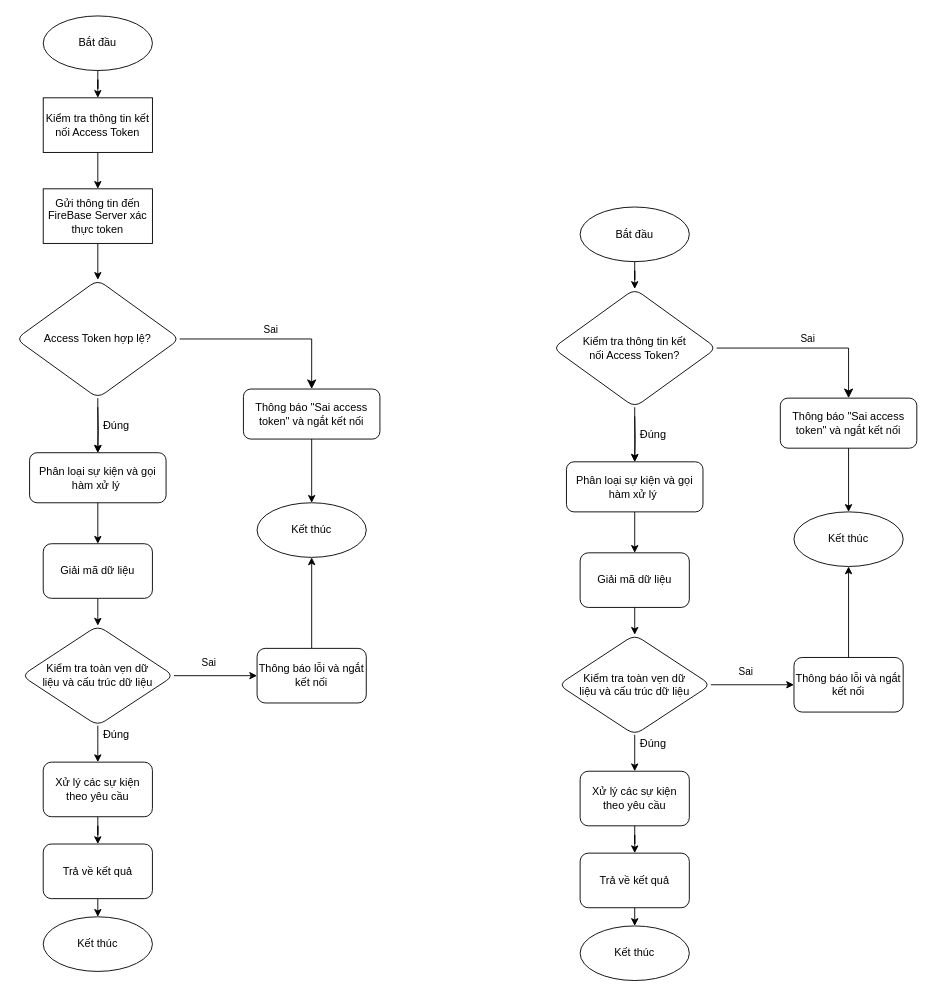
Before: xacthucnguoidung.drawio in nguyendu11a2/TADA_DIAGRAM, a draw.io diagram. Source tidied: cells renumbered, new cells numbered last; positions are measured from the earlier drawing's top-left corner, leaving out a move shared by most shapes. Both pictures are drawn from the tidied source at 91%, with x=0, y=0 at pixel (15, 15).
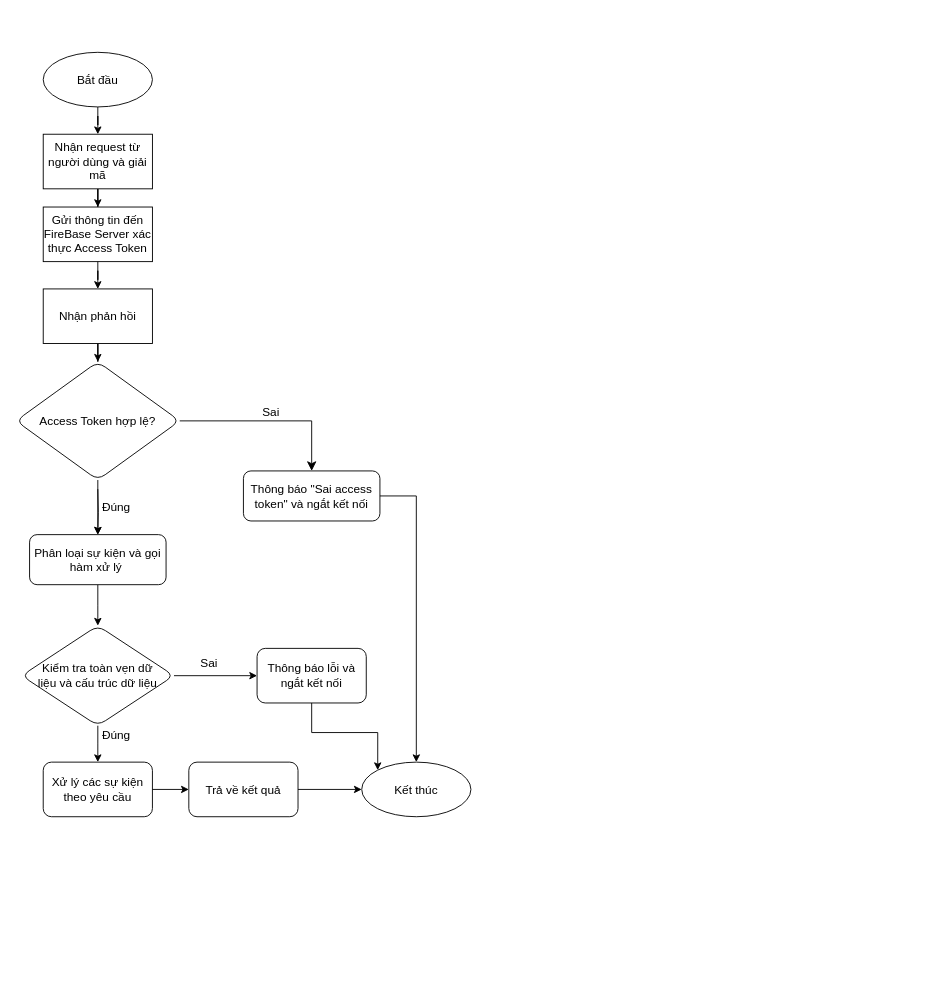
The same diagram, later.

Change to the diagram source:
```diff
@@
-    <mxCell id="2" value="Sai" style="edgeStyle=orthogonalEdgeStyle;rounded=0;html=1;jettySize=auto;fontSize=11;endArrow=classic;endFill=1;endSize=8;strokeWidth=1;shadow=0;labelBackgroundColor=none;" parent="1" edge="1" source="13" target="5">
-      <mxGeometry y="10" relative="1" as="geometry">
-        <Array as="points">
-          <mxPoint x="325" y="355" />
-        </Array>
-      </mxGeometry>
-    </mxCell>
+    <mxCell id="59" style="group;" parent="1" vertex="1">
+      <mxGeometry y="30" width="500" height="940" as="geometry" />
+    </mxCell>
-    <mxCell id="3" style="edgeStyle=orthogonalEdgeStyle;rounded=0;jettySize=auto;html=1;endArrow=classic;endFill=1;entryX=0.5;entryY=0;entryDx=0;entryDy=0;" parent="1" edge="1" target="10">
+    <mxCell id="3" style="edgeStyle=orthogonalEdgeStyle;rounded=0;jettySize=auto;html=1;endArrow=classic;endFill=1;entryX=0.5;entryY=0;entryDx=0;entryDy=0;fontSize=13;" parent="59" edge="1" target="10">
       <mxGeometry relative="1" as="geometry">
-        <mxPoint x="90" y="430" as="sourcePoint" />
+        <mxPoint x="90" y="490" as="sourcePoint" />
       </mxGeometry>
     </mxCell>
-    <mxCell id="4" style="edgeStyle=orthogonalEdgeStyle;rounded=0;jettySize=auto;html=1;endArrow=classic;endFill=1;" parent="1" edge="1" source="5" target="8">
-      <mxGeometry relative="1" as="geometry" />
-    </mxCell>
-    <mxCell id="5" value="Thông báo &quot;Sai access token&quot; và ngắt kết nối" style="rounded=1;whiteSpace=wrap;html=1;fontSize=12;glass=0;strokeWidth=1;shadow=0;" parent="1" vertex="1">
-      <mxGeometry x="250" y="410" width="150" height="55" as="geometry" />
+    <mxCell id="5" value="Thông báo &quot;Sai access token&quot; và ngắt kết nối" style="rounded=1;whiteSpace=wrap;html=1;fontSize=13;glass=0;strokeWidth=1;shadow=0;" parent="59" vertex="1">
+      <mxGeometry x="250" y="470" width="150" height="55" as="geometry" />
     </mxCell>
-    <mxCell id="6" style="edgeStyle=orthogonalEdgeStyle;rounded=0;jettySize=auto;html=1;endArrow=classic;endFill=1;entryX=0.5;entryY=0;entryDx=0;entryDy=0;" parent="1" edge="1" source="7" target="56">
-      <mxGeometry relative="1" as="geometry" />
-    </mxCell>
+    <mxCell id="60" style="edgeStyle=orthogonalEdgeStyle;rounded=0;jettySize=auto;html=1;fontSize=13;endArrow=classic;endFill=1;" parent="59" edge="1" source="7" target="68">
+      <mxGeometry relative="1" as="geometry" />
+    </mxCell>
-    <mxCell id="7" value="Bắt đầu" style="ellipse;whiteSpace=wrap;html=1;rounded=1;shadow=0;strokeWidth=1;glass=0;" parent="1" vertex="1">
-      <mxGeometry x="30" width="120" height="60" as="geometry" />
+    <mxCell id="7" value="Bắt đầu" style="ellipse;whiteSpace=wrap;html=1;rounded=1;shadow=0;strokeWidth=1;glass=0;fontSize=13;" parent="59" vertex="1">
+      <mxGeometry x="30" y="10" width="120" height="60" as="geometry" />
     </mxCell>
-    <mxCell id="8" value="Kết thúc" style="ellipse;whiteSpace=wrap;html=1;rounded=1;shadow=0;strokeWidth=1;glass=0;" parent="1" vertex="1">
-      <mxGeometry x="265" y="535" width="120" height="60" as="geometry" />
-    </mxCell>
-    <mxCell id="9" style="edgeStyle=orthogonalEdgeStyle;rounded=0;jettySize=auto;html=1;endArrow=classic;endFill=1;" parent="1" edge="1" source="10" target="15">
-      <mxGeometry relative="1" as="geometry" />
-    </mxCell>
+    <mxCell id="61" style="edgeStyle=orthogonalEdgeStyle;rounded=0;jettySize=auto;html=1;fontSize=13;endArrow=classic;endFill=1;" parent="59" edge="1" source="10" target="19">
+      <mxGeometry relative="1" as="geometry" />
+    </mxCell>
-    <mxCell id="10" value="Phân loại sự kiện và gọi hàm xử lý&amp;nbsp;" style="rounded=1;whiteSpace=wrap;html=1;fontSize=12;glass=0;strokeWidth=1;shadow=0;" parent="1" vertex="1">
-      <mxGeometry x="15" y="480" width="150" height="55" as="geometry" />
+    <mxCell id="10" value="Phân loại sự kiện và gọi hàm xử lý&amp;nbsp;" style="rounded=1;whiteSpace=wrap;html=1;fontSize=13;glass=0;strokeWidth=1;shadow=0;" parent="59" vertex="1">
+      <mxGeometry x="15" y="540" width="150" height="55" as="geometry" />
     </mxCell>
-    <mxCell id="11" value="Đúng" style="text;html=1;align=center;verticalAlign=middle;strokeColor=none;fillColor=none;" parent="1" vertex="1">
-      <mxGeometry x="90" y="440" width="40" height="20" as="geometry" />
+    <mxCell id="11" value="Đúng" style="text;html=1;align=center;verticalAlign=middle;strokeColor=none;fillColor=none;fontSize=13;" parent="59" vertex="1">
+      <mxGeometry x="85" y="500" width="50" height="20" as="geometry" />
     </mxCell>
-    <mxCell id="12" style="edgeStyle=orthogonalEdgeStyle;rounded=0;jettySize=auto;html=1;endArrow=classic;endFill=1;" parent="1" edge="1" source="13" target="10">
+    <mxCell id="12" style="edgeStyle=orthogonalEdgeStyle;rounded=0;jettySize=auto;html=1;endArrow=classic;endFill=1;fontSize=13;" parent="59" edge="1" source="13" target="10">
       <mxGeometry relative="1" as="geometry" />
     </mxCell>
-    <mxCell id="13" value="&lt;span&gt;Access Token hợp lệ?&lt;/span&gt;" style="rhombus;whiteSpace=wrap;html=1;rounded=1;shadow=0;strokeWidth=1;glass=0;" parent="1" vertex="1">
-      <mxGeometry y="290" width="180" height="130" as="geometry" />
+    <mxCell id="13" value="&lt;span style=&quot;font-size: 13px;&quot;&gt;Access Token hợp lệ?&lt;/span&gt;" style="rhombus;whiteSpace=wrap;html=1;rounded=1;shadow=0;strokeWidth=1;glass=0;fontSize=13;" parent="59" vertex="1">
+      <mxGeometry y="350" width="180" height="130" as="geometry" />
     </mxCell>
-    <mxCell id="14" style="edgeStyle=orthogonalEdgeStyle;rounded=0;jettySize=auto;html=1;endArrow=classic;endFill=1;" parent="1" edge="1" source="15" target="19">
-      <mxGeometry relative="1" as="geometry" />
-    </mxCell>
-    <mxCell id="15" value="Giải mã dữ liệu" style="rounded=1;whiteSpace=wrap;html=1;shadow=0;strokeWidth=1;glass=0;" parent="1" vertex="1">
-      <mxGeometry x="30" y="580" width="120" height="60" as="geometry" />
-    </mxCell>
+    <mxCell id="2" value="Sai" style="edgeStyle=orthogonalEdgeStyle;rounded=0;html=1;jettySize=auto;fontSize=13;endArrow=classic;endFill=1;endSize=8;strokeWidth=1;shadow=0;labelBackgroundColor=none;" parent="59" edge="1" source="13" target="5">
+      <mxGeometry y="10" relative="1" as="geometry">
+        <Array as="points">
+          <mxPoint x="325" y="415" />
+        </Array>
+      </mxGeometry>
+    </mxCell>
+    <mxCell id="19" value="Kiểm tra toàn vẹn dữ &lt;br style=&quot;font-size: 13px;&quot;&gt;liệu và cấu trúc dữ liệu" style="rhombus;whiteSpace=wrap;html=1;rounded=1;shadow=0;strokeWidth=1;glass=0;fontSize=13;" parent="59" vertex="1">
+      <mxGeometry x="6.2" y="640" width="167.5" height="110" as="geometry" />
+    </mxCell>
+    <mxCell id="21" value="Xử lý các sự kiện theo yêu cầu" style="whiteSpace=wrap;html=1;rounded=1;shadow=0;strokeWidth=1;glass=0;fontSize=13;" parent="59" vertex="1">
+      <mxGeometry x="30" y="790" width="120" height="60" as="geometry" />
+    </mxCell>
-    <mxCell id="16" style="edgeStyle=orthogonalEdgeStyle;rounded=0;jettySize=auto;html=1;endArrow=classic;endFill=1;" parent="1" edge="1" source="19" target="21">
+    <mxCell id="16" style="edgeStyle=orthogonalEdgeStyle;rounded=0;jettySize=auto;html=1;endArrow=classic;endFill=1;fontSize=13;" parent="59" edge="1" source="19" target="21">
       <mxGeometry relative="1" as="geometry" />
     </mxCell>
+    <mxCell id="23" value="Thông báo lỗi và ngắt kết nối" style="whiteSpace=wrap;html=1;rounded=1;shadow=0;strokeWidth=1;glass=0;fontSize=13;" parent="59" vertex="1">
+      <mxGeometry x="265" y="665" width="120" height="60" as="geometry" />
+    </mxCell>
-    <mxCell id="17" style="edgeStyle=orthogonalEdgeStyle;rounded=0;jettySize=auto;html=1;endArrow=classic;endFill=1;" parent="1" edge="1" source="19" target="23">
+    <mxCell id="17" style="edgeStyle=orthogonalEdgeStyle;rounded=0;jettySize=auto;html=1;endArrow=classic;endFill=1;fontSize=13;" parent="59" edge="1" source="19" target="23">
       <mxGeometry relative="1" as="geometry" />
     </mxCell>
-    <mxCell id="18" value="Sai" style="edgeLabel;html=1;align=center;verticalAlign=middle;" parent="17" vertex="1">
+    <mxCell id="18" value="Sai" style="edgeLabel;html=1;align=center;verticalAlign=middle;fontSize=13;" parent="17" vertex="1">
       <mxGeometry x="-0.16" y="-1" relative="1" as="geometry">
         <mxPoint y="-16" as="offset" />
       </mxGeometry>
     </mxCell>
-    <mxCell id="19" value="Kiểm tra toàn vẹn dữ &lt;br&gt;liệu và cấu trúc dữ liệu" style="rhombus;whiteSpace=wrap;html=1;rounded=1;shadow=0;strokeWidth=1;glass=0;" parent="1" vertex="1">
-      <mxGeometry x="6.2" y="670" width="167.5" height="110" as="geometry" />
-    </mxCell>
-    <mxCell id="20" style="edgeStyle=orthogonalEdgeStyle;rounded=0;jettySize=auto;html=1;endArrow=classic;endFill=1;" parent="1" edge="1" source="21" target="27">
-      <mxGeometry relative="1" as="geometry" />
-    </mxCell>
-    <mxCell id="21" value="Xử lý các sự kiện theo yêu cầu" style="whiteSpace=wrap;html=1;rounded=1;shadow=0;strokeWidth=1;glass=0;" parent="1" vertex="1">
-      <mxGeometry x="30" y="820" width="120" height="60" as="geometry" />
-    </mxCell>
-    <mxCell id="22" style="edgeStyle=orthogonalEdgeStyle;rounded=0;jettySize=auto;html=1;exitX=0.5;exitY=0;exitDx=0;exitDy=0;entryX=0.5;entryY=1;entryDx=0;entryDy=0;endArrow=classic;endFill=1;" parent="1" edge="1" source="23" target="8">
-      <mxGeometry relative="1" as="geometry" />
-    </mxCell>
-    <mxCell id="23" value="Thông báo lỗi và ngắt kết nối" style="whiteSpace=wrap;html=1;rounded=1;shadow=0;strokeWidth=1;glass=0;" parent="1" vertex="1">
-      <mxGeometry x="265" y="695" width="120" height="60" as="geometry" />
-    </mxCell>
-    <mxCell id="24" value="Đúng" style="text;html=1;align=center;verticalAlign=middle;strokeColor=none;fillColor=none;" parent="1" vertex="1">
-      <mxGeometry x="90" y="780" width="40" height="20" as="geometry" />
+    <mxCell id="24" value="Đúng" style="text;html=1;align=center;verticalAlign=middle;strokeColor=none;fillColor=none;fontSize=13;" parent="59" vertex="1">
+      <mxGeometry x="85" y="750" width="50" height="20" as="geometry" />
     </mxCell>
-    <mxCell id="25" value="Kết thúc" style="ellipse;whiteSpace=wrap;html=1;rounded=1;shadow=0;strokeWidth=1;glass=0;" parent="1" vertex="1">
-      <mxGeometry x="30" y="990" width="120" height="60" as="geometry" />
+    <mxCell id="25" value="Kết thúc" style="ellipse;whiteSpace=wrap;html=1;rounded=1;shadow=0;strokeWidth=1;glass=0;fontSize=13;" parent="59" vertex="1">
+      <mxGeometry x="380" y="790" width="120" height="60" as="geometry" />
     </mxCell>
+    <mxCell id="62" style="edgeStyle=orthogonalEdgeStyle;rounded=0;jettySize=auto;html=1;entryX=0.5;entryY=0;entryDx=0;entryDy=0;fontSize=13;endArrow=classic;endFill=1;" parent="59" edge="1" source="5" target="25">
+      <mxGeometry relative="1" as="geometry">
+        <Array as="points">
+          <mxPoint x="440" y="498" />
+        </Array>
+      </mxGeometry>
+    </mxCell>
+    <mxCell id="63" style="edgeStyle=orthogonalEdgeStyle;rounded=0;jettySize=auto;html=1;exitX=0.5;exitY=1;exitDx=0;exitDy=0;entryX=0;entryY=0;entryDx=0;entryDy=0;fontSize=13;endArrow=classic;endFill=1;" parent="59" edge="1" source="23" target="25">
+      <mxGeometry relative="1" as="geometry" />
+    </mxCell>
-    <mxCell id="26" style="edgeStyle=orthogonalEdgeStyle;rounded=0;jettySize=auto;html=1;exitX=0.5;exitY=1;exitDx=0;exitDy=0;entryX=0.5;entryY=0;entryDx=0;entryDy=0;endArrow=classic;endFill=1;" parent="1" edge="1" source="27" target="25">
+    <mxCell id="26" style="edgeStyle=orthogonalEdgeStyle;rounded=0;jettySize=auto;html=1;fontSize=13;endArrow=classic;endFill=1;" parent="59" edge="1" source="27" target="25">
       <mxGeometry relative="1" as="geometry" />
     </mxCell>
-    <mxCell id="27" value="Trả về kết quả" style="whiteSpace=wrap;html=1;rounded=1;shadow=0;strokeWidth=1;glass=0;" parent="1" vertex="1">
-      <mxGeometry x="30" y="910" width="120" height="60" as="geometry" />
+    <mxCell id="27" value="Trả về kết quả" style="whiteSpace=wrap;html=1;rounded=1;shadow=0;strokeWidth=1;glass=0;fontSize=13;" parent="59" vertex="1">
+      <mxGeometry x="190" y="790" width="120" height="60" as="geometry" />
     </mxCell>
-    <mxCell id="28" style="group;" parent="1" vertex="1">
-      <mxGeometry x="590" y="210" width="400" height="850" as="geometry" />
-    </mxCell>
-    <mxCell id="29" style="edgeStyle=orthogonalEdgeStyle;rounded=0;jettySize=auto;html=1;endArrow=classic;endFill=1;entryX=0.5;entryY=0;entryDx=0;entryDy=0;" parent="28" edge="1" target="34">
-      <mxGeometry relative="1" as="geometry">
-        <mxPoint x="90" y="230" as="sourcePoint" />
-      </mxGeometry>
-    </mxCell>
-    <mxCell id="30" value="Thông báo &quot;Sai access token&quot; và ngắt kết nối" style="rounded=1;whiteSpace=wrap;html=1;fontSize=12;glass=0;strokeWidth=1;shadow=0;" parent="28" vertex="1">
-      <mxGeometry x="250" y="210" width="150" height="55" as="geometry" />
-    </mxCell>
-    <mxCell id="31" value="Bắt đầu" style="ellipse;whiteSpace=wrap;html=1;rounded=1;shadow=0;strokeWidth=1;glass=0;" parent="28" vertex="1">
-      <mxGeometry x="30" width="120" height="60" as="geometry" />
-    </mxCell>
-    <mxCell id="32" value="Kết thúc" style="ellipse;whiteSpace=wrap;html=1;rounded=1;shadow=0;strokeWidth=1;glass=0;" parent="28" vertex="1">
-      <mxGeometry x="265" y="335" width="120" height="60" as="geometry" />
-    </mxCell>
-    <mxCell id="33" style="edgeStyle=orthogonalEdgeStyle;rounded=0;jettySize=auto;html=1;endArrow=classic;endFill=1;" parent="28" edge="1" source="30" target="32">
-      <mxGeometry relative="1" as="geometry" />
-    </mxCell>
-    <mxCell id="34" value="Phân loại sự kiện và gọi hàm xử lý&amp;nbsp;" style="rounded=1;whiteSpace=wrap;html=1;fontSize=12;glass=0;strokeWidth=1;shadow=0;" parent="28" vertex="1">
-      <mxGeometry x="15" y="280" width="150" height="55" as="geometry" />
-    </mxCell>
-    <mxCell id="35" value="Đúng" style="text;html=1;align=center;verticalAlign=middle;strokeColor=none;fillColor=none;" parent="28" vertex="1">
-      <mxGeometry x="90" y="240" width="40" height="20" as="geometry" />
-    </mxCell>
-    <mxCell id="36" style="edgeStyle=orthogonalEdgeStyle;rounded=0;jettySize=auto;html=1;endArrow=classic;endFill=1;" parent="28" edge="1" source="37" target="34">
-      <mxGeometry relative="1" as="geometry" />
-    </mxCell>
-    <mxCell id="37" value="&lt;span&gt;Kiểm tra thông tin kết &lt;br&gt;nối Access Token?&lt;/span&gt;" style="rhombus;whiteSpace=wrap;html=1;rounded=1;shadow=0;strokeWidth=1;glass=0;" parent="28" vertex="1">
-      <mxGeometry y="90" width="180" height="130" as="geometry" />
-    </mxCell>
-    <mxCell id="38" value="Sai" style="edgeStyle=orthogonalEdgeStyle;rounded=0;html=1;jettySize=auto;fontSize=11;endArrow=classic;endFill=1;endSize=8;strokeWidth=1;shadow=0;labelBackgroundColor=none;" parent="28" edge="1" source="37" target="30">
-      <mxGeometry y="10" relative="1" as="geometry">
-        <Array as="points">
-          <mxPoint x="325" y="155" />
-        </Array>
-      </mxGeometry>
-    </mxCell>
-    <mxCell id="39" style="edgeStyle=orthogonalEdgeStyle;rounded=0;jettySize=auto;html=1;endArrow=classic;endFill=1;" parent="28" edge="1" source="31" target="37">
-      <mxGeometry relative="1" as="geometry" />
-    </mxCell>
-    <mxCell id="40" value="Giải mã dữ liệu" style="rounded=1;whiteSpace=wrap;html=1;shadow=0;strokeWidth=1;glass=0;" parent="28" vertex="1">
-      <mxGeometry x="30" y="380" width="120" height="60" as="geometry" />
-    </mxCell>
-    <mxCell id="41" style="edgeStyle=orthogonalEdgeStyle;rounded=0;jettySize=auto;html=1;endArrow=classic;endFill=1;" parent="28" edge="1" source="34" target="40">
-      <mxGeometry relative="1" as="geometry" />
-    </mxCell>
-    <mxCell id="42" value="Kiểm tra toàn vẹn dữ &lt;br&gt;liệu và cấu trúc dữ liệu" style="rhombus;whiteSpace=wrap;html=1;rounded=1;shadow=0;strokeWidth=1;glass=0;" parent="28" vertex="1">
-      <mxGeometry x="6.2" y="470" width="167.5" height="110" as="geometry" />
-    </mxCell>
-    <mxCell id="43" style="edgeStyle=orthogonalEdgeStyle;rounded=0;jettySize=auto;html=1;endArrow=classic;endFill=1;" parent="28" edge="1" source="40" target="42">
-      <mxGeometry relative="1" as="geometry" />
-    </mxCell>
-    <mxCell id="44" value="Xử lý các sự kiện theo yêu cầu" style="whiteSpace=wrap;html=1;rounded=1;shadow=0;strokeWidth=1;glass=0;" parent="28" vertex="1">
-      <mxGeometry x="30" y="620" width="120" height="60" as="geometry" />
-    </mxCell>
-    <mxCell id="45" style="edgeStyle=orthogonalEdgeStyle;rounded=0;jettySize=auto;html=1;endArrow=classic;endFill=1;" parent="28" edge="1" source="42" target="44">
-      <mxGeometry relative="1" as="geometry" />
-    </mxCell>
-    <mxCell id="46" style="edgeStyle=orthogonalEdgeStyle;rounded=0;jettySize=auto;html=1;exitX=0.5;exitY=0;exitDx=0;exitDy=0;entryX=0.5;entryY=1;entryDx=0;entryDy=0;endArrow=classic;endFill=1;" parent="28" edge="1" source="47" target="32">
-      <mxGeometry relative="1" as="geometry" />
-    </mxCell>
-    <mxCell id="47" value="Thông báo lỗi và ngắt kết nối" style="whiteSpace=wrap;html=1;rounded=1;shadow=0;strokeWidth=1;glass=0;" parent="28" vertex="1">
-      <mxGeometry x="265" y="495" width="120" height="60" as="geometry" />
-    </mxCell>
-    <mxCell id="48" style="edgeStyle=orthogonalEdgeStyle;rounded=0;jettySize=auto;html=1;endArrow=classic;endFill=1;" parent="28" edge="1" source="42" target="47">
-      <mxGeometry relative="1" as="geometry" />
-    </mxCell>
-    <mxCell id="49" value="Sai" style="edgeLabel;html=1;align=center;verticalAlign=middle;" parent="48" vertex="1">
-      <mxGeometry x="-0.16" y="-1" relative="1" as="geometry">
-        <mxPoint y="-16" as="offset" />
-      </mxGeometry>
-    </mxCell>
-    <mxCell id="50" value="Đúng" style="text;html=1;align=center;verticalAlign=middle;strokeColor=none;fillColor=none;" parent="28" vertex="1">
-      <mxGeometry x="90" y="580" width="40" height="20" as="geometry" />
-    </mxCell>
-    <mxCell id="51" value="Kết thúc" style="ellipse;whiteSpace=wrap;html=1;rounded=1;shadow=0;strokeWidth=1;glass=0;" parent="28" vertex="1">
-      <mxGeometry x="30" y="790" width="120" height="60" as="geometry" />
-    </mxCell>
-    <mxCell id="52" style="edgeStyle=orthogonalEdgeStyle;rounded=0;jettySize=auto;html=1;exitX=0.5;exitY=1;exitDx=0;exitDy=0;entryX=0.5;entryY=0;entryDx=0;entryDy=0;endArrow=classic;endFill=1;" parent="28" edge="1" source="53" target="51">
-      <mxGeometry relative="1" as="geometry" />
-    </mxCell>
-    <mxCell id="53" value="Trả về kết quả" style="whiteSpace=wrap;html=1;rounded=1;shadow=0;strokeWidth=1;glass=0;" parent="28" vertex="1">
-      <mxGeometry x="30" y="710" width="120" height="60" as="geometry" />
-    </mxCell>
-    <mxCell id="54" style="edgeStyle=orthogonalEdgeStyle;rounded=0;jettySize=auto;html=1;endArrow=classic;endFill=1;" parent="28" edge="1" source="44" target="53">
-      <mxGeometry relative="1" as="geometry" />
-    </mxCell>
-    <mxCell id="55" style="edgeStyle=orthogonalEdgeStyle;rounded=0;jettySize=auto;html=1;endArrow=classic;endFill=1;" parent="1" edge="1" source="56" target="58">
-      <mxGeometry relative="1" as="geometry" />
-    </mxCell>
-    <mxCell id="56" value="&lt;span&gt;Kiểm tra thông tin kết&lt;/span&gt;&lt;br&gt;&lt;span&gt;nối Access Token&lt;/span&gt;" style="rounded=0;whiteSpace=wrap;html=1;" parent="1" vertex="1">
-      <mxGeometry x="30" y="90" width="120" height="60" as="geometry" />
-    </mxCell>
-    <mxCell id="57" style="edgeStyle=orthogonalEdgeStyle;rounded=0;jettySize=auto;html=1;endArrow=classic;endFill=1;" parent="1" edge="1" source="58" target="13">
-      <mxGeometry relative="1" as="geometry" />
-    </mxCell>
+    <mxCell id="20" style="edgeStyle=orthogonalEdgeStyle;rounded=0;jettySize=auto;html=1;endArrow=classic;endFill=1;fontSize=13;" parent="59" edge="1" source="21" target="27">
+      <mxGeometry relative="1" as="geometry" />
+    </mxCell>
-    <mxCell id="58" value="Gửi thông tin đến FireBase Server xác thực token" style="rounded=0;whiteSpace=wrap;html=1;" parent="1" vertex="1">
-      <mxGeometry x="30" y="190" width="120" height="60" as="geometry" />
+    <mxCell id="58" value="Gửi thông tin đến FireBase Server xác thực Access Token" style="rounded=0;whiteSpace=wrap;html=1;fontSize=13;" parent="59" vertex="1">
+      <mxGeometry x="30" y="180" width="120" height="60" as="geometry" />
     </mxCell>
+    <mxCell id="64" style="edgeStyle=orthogonalEdgeStyle;rounded=0;jettySize=auto;html=1;endArrow=classic;endFill=1;fontSize=13;" parent="59" edge="1" source="65" target="13">
+      <mxGeometry relative="1" as="geometry" />
+    </mxCell>
+    <mxCell id="65" value="Nhận phản hồi" style="rounded=0;whiteSpace=wrap;html=1;fontSize=13;" parent="59" vertex="1">
+      <mxGeometry x="30" y="270" width="120" height="60" as="geometry" />
+    </mxCell>
+    <mxCell id="66" style="edgeStyle=orthogonalEdgeStyle;rounded=0;jettySize=auto;html=1;endArrow=classic;endFill=1;fontSize=13;" parent="59" edge="1" source="58" target="65">
+      <mxGeometry relative="1" as="geometry" />
+    </mxCell>
+    <mxCell id="67" style="edgeStyle=orthogonalEdgeStyle;rounded=0;jettySize=auto;html=1;fontSize=13;endArrow=classic;endFill=1;" parent="59" edge="1" source="68" target="58">
+      <mxGeometry relative="1" as="geometry" />
+    </mxCell>
+    <mxCell id="68" value="Nhận request từ người dùng và giải mã" style="rounded=0;whiteSpace=wrap;html=1;fontSize=13;" parent="59" vertex="1">
+      <mxGeometry x="30" y="100" width="120" height="60" as="geometry" />
+    </mxCell>
```
